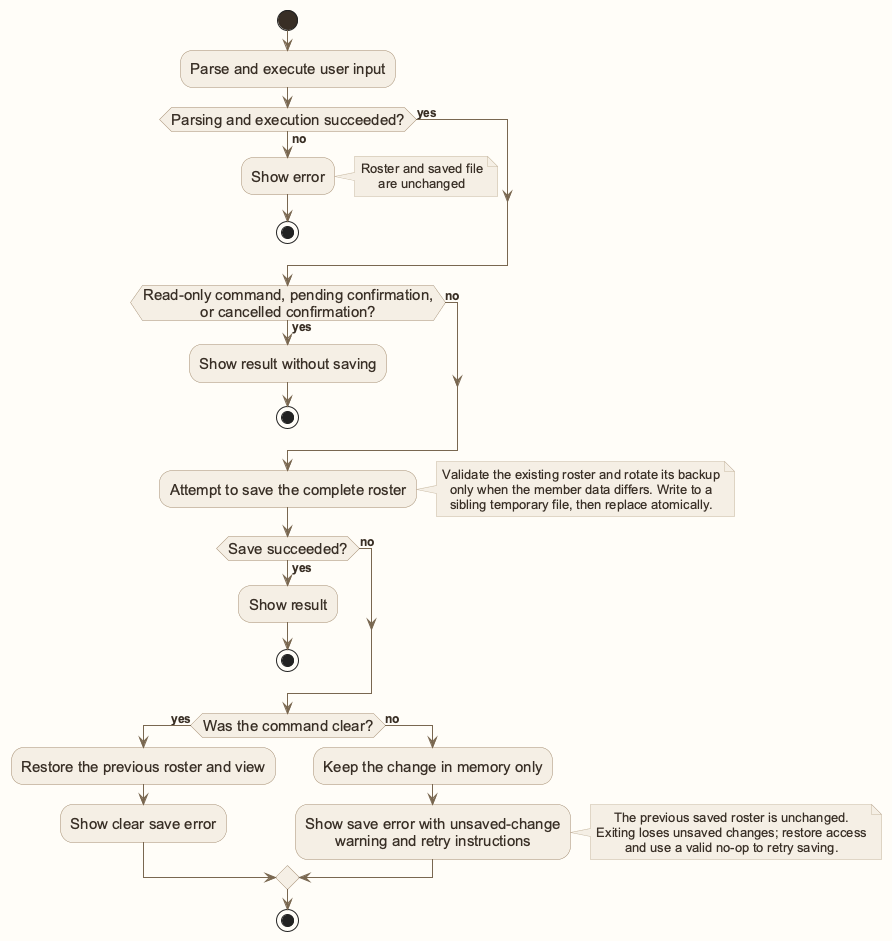
This is images/AutomaticSavingData.png from AY2627S1-CS2103T-W12-1/tp, a PlantUML export, as it was before one commit.
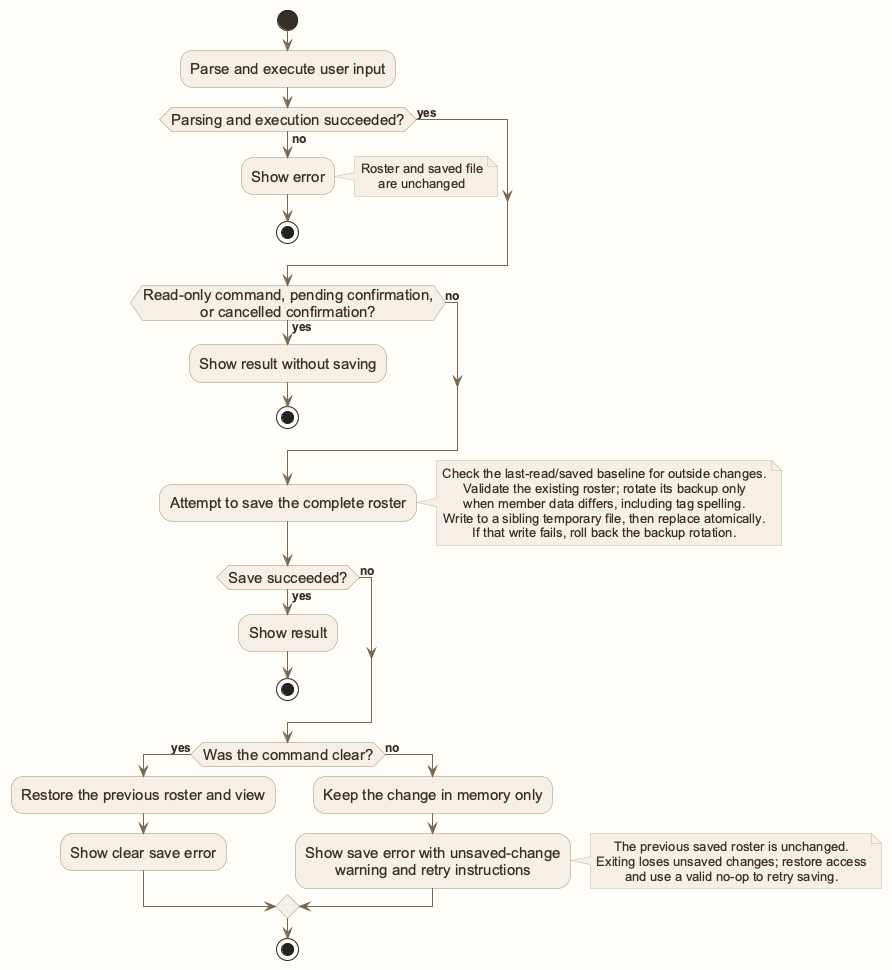
After the commit.

Change to the diagram source:
```diff
@@ -26,9 +26,11 @@
 
 :Attempt to save the complete roster;
 note right
-Validate the existing roster and rotate its backup
-only when the member data differs. Write to a
-sibling temporary file, then replace atomically.
+Check the last-read/saved baseline for outside changes.
+Validate the existing roster; rotate its backup only
+when member data differs, including tag spelling.
+Write to a sibling temporary file, then replace atomically.
+If that write fails, roll back the backup rotation.
 end note
 if (Save succeeded?) then (yes)
     :Show result;
```
